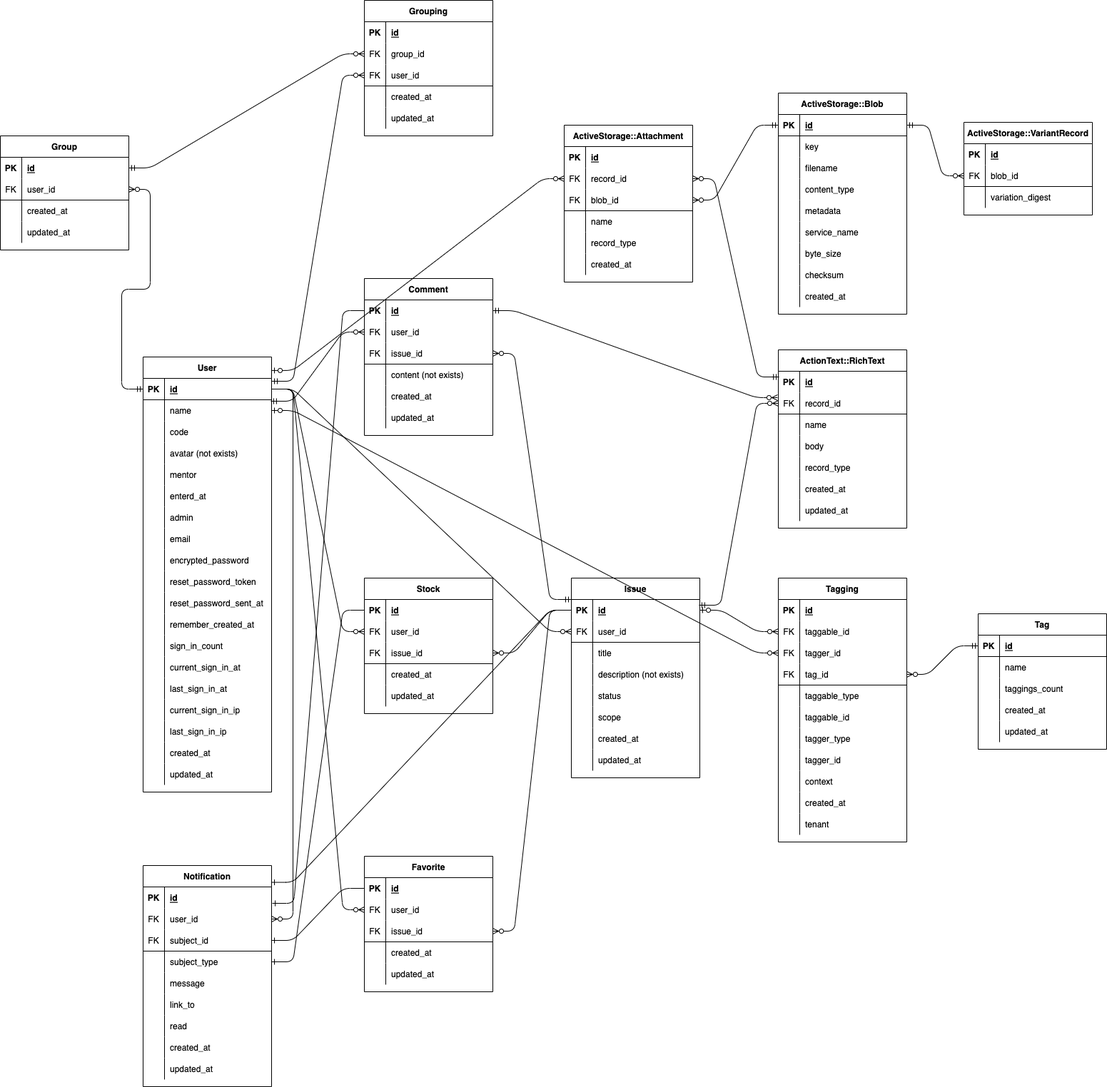
The draw.io diagram RDD/ER.png in fumtas1k/issues_app, before a commit. Source tidied: cells renumbered, new cells last; positions are measured from the earlier drawing's top-left corner, leaving out a move shared by most shapes.
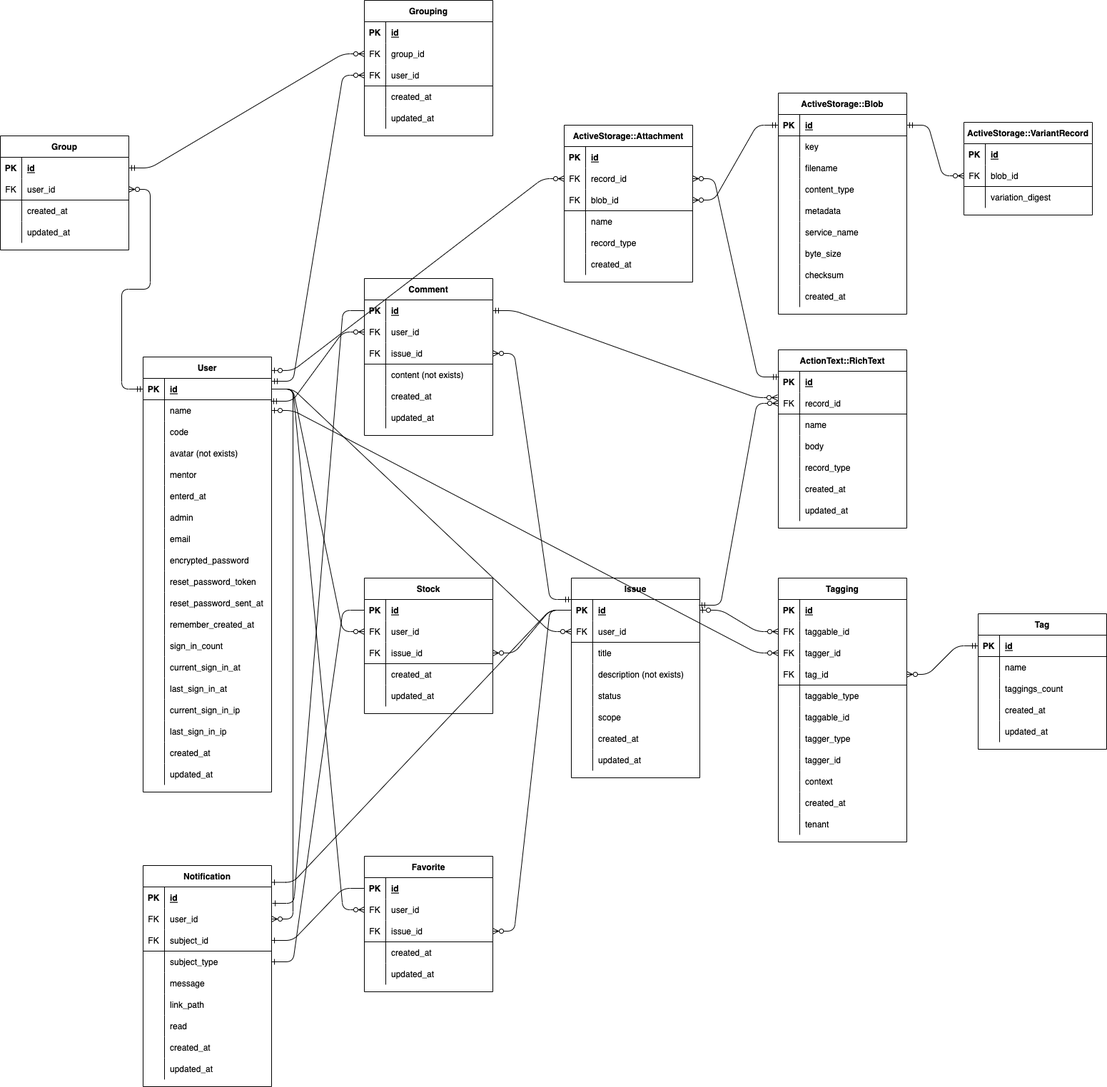
The same diagram one commit later.

Commit message:
update:遷移図、ER図修正

Diff of the diagram source:
```diff
@@ -458,7 +458,7 @@
     <mxCell id="153" style="shape=partialRectangle;fillColor=none;top=0;left=0;bottom=0;right=0;overflow=hidden;" parent="152" vertex="1">
       <mxGeometry width="30" height="30" as="geometry" />
     </mxCell>
-    <mxCell id="154" value="link_to" style="shape=partialRectangle;fillColor=none;top=0;left=0;bottom=0;right=0;align=left;spacingLeft=6;overflow=hidden;" parent="152" vertex="1">
+    <mxCell id="154" value="link_path" style="shape=partialRectangle;fillColor=none;top=0;left=0;bottom=0;right=0;align=left;spacingLeft=6;overflow=hidden;" parent="152" vertex="1">
       <mxGeometry x="30" width="150" height="30" as="geometry" />
     </mxCell>
     <mxCell id="155" style="shape=partialRectangle;fillColor=none;top=0;left=0;bottom=0;right=0;" parent="136" vertex="1">
```
